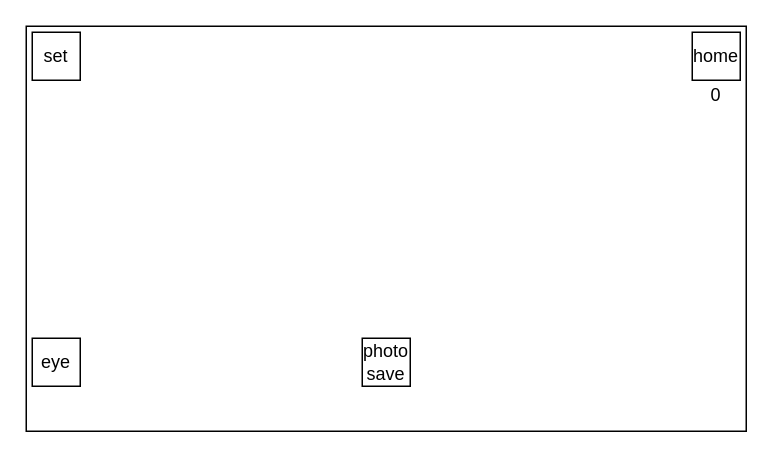
Earlier version of the draw.io diagram photo-1.drawio (Pre-vious/draw.io). Source tidied: cells renumbered, new cells numbered last; positions are measured from the earlier drawing's top-left corner, leaving out a move shared by most shapes. Both pictures are drawn from the tidied source at 150%, with x=0, y=0 at pixel (26, 26).
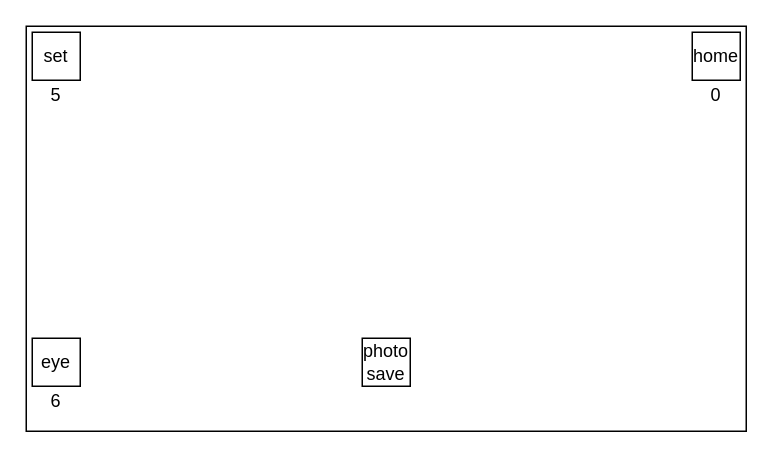
The same diagram, later.

What changed in the source:
```diff
@@
 <mxGraphModel>
   <root>
     <mxCell id="0" />
     <mxCell id="1" parent="0" />
     <mxCell id="2" style="rounded=0;whiteSpace=wrap;html=1;" parent="1" vertex="1">
       <mxGeometry width="480" height="270" as="geometry" />
     </mxCell>
     <mxCell id="3" value="set" style="whiteSpace=wrap;html=1;" parent="1" vertex="1">
       <mxGeometry x="4" y="4" width="32" height="32" as="geometry" />
     </mxCell>
     <mxCell id="4" value="home" style="whiteSpace=wrap;html=1;" parent="1" vertex="1">
       <mxGeometry x="444" y="4" width="32" height="32" as="geometry" />
     </mxCell>
     <mxCell id="5" value="0" style="text;html=1;strokeColor=none;fillColor=none;align=center;verticalAlign=middle;whiteSpace=wrap;rounded=0;" parent="1" vertex="1">
       <mxGeometry x="440" y="36" width="40" height="20" as="geometry" />
     </mxCell>
     <mxCell id="6" value="&lt;div&gt;photo&lt;/div&gt;&lt;div&gt;save&lt;br&gt;&lt;/div&gt;" style="whiteSpace=wrap;html=1;" parent="1" vertex="1">
       <mxGeometry x="224" y="208" width="32" height="32" as="geometry" />
     </mxCell>
     <mxCell id="7" value="eye" style="whiteSpace=wrap;html=1;" parent="1" vertex="1">
       <mxGeometry x="4" y="208" width="32" height="32" as="geometry" />
     </mxCell>
+    <mxCell id="8" value="5" style="text;html=1;strokeColor=none;fillColor=none;align=center;verticalAlign=middle;whiteSpace=wrap;rounded=0;" parent="1" vertex="1">
+      <mxGeometry y="36" width="40" height="20" as="geometry" />
+    </mxCell>
+    <mxCell id="9" value="6" style="text;html=1;strokeColor=none;fillColor=none;align=center;verticalAlign=middle;whiteSpace=wrap;rounded=0;" parent="1" vertex="1">
+      <mxGeometry y="240" width="40" height="20" as="geometry" />
+    </mxCell>
   </root>
 </mxGraphModel>
```
